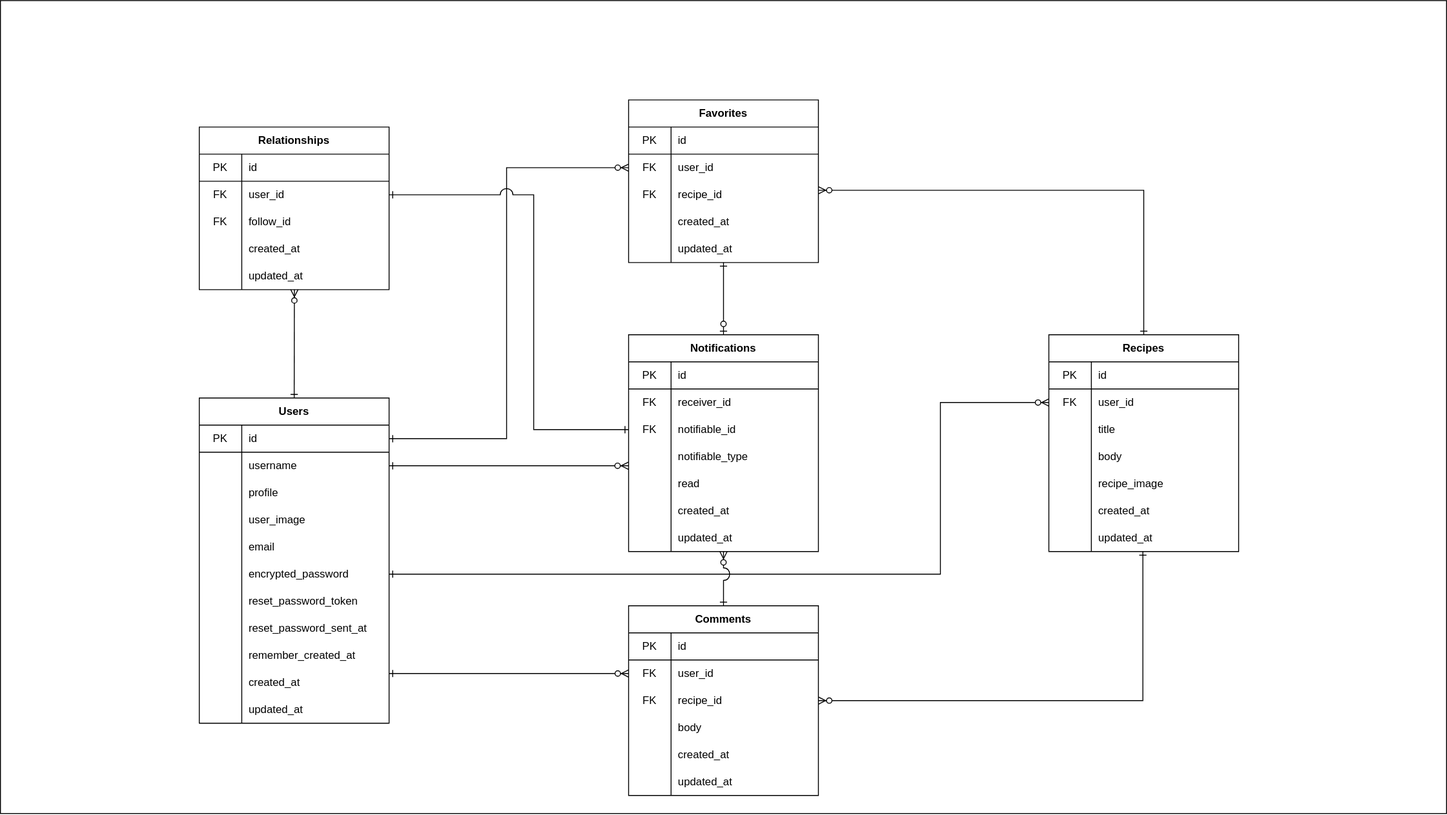
Earlier version of the draw.io export er_diagram.drawio.svg (kwtuku/recipegram). Source tidied: cells renumbered, new cells last; positions are measured from the earlier drawing's top-left corner, leaving out a move shared by most shapes.
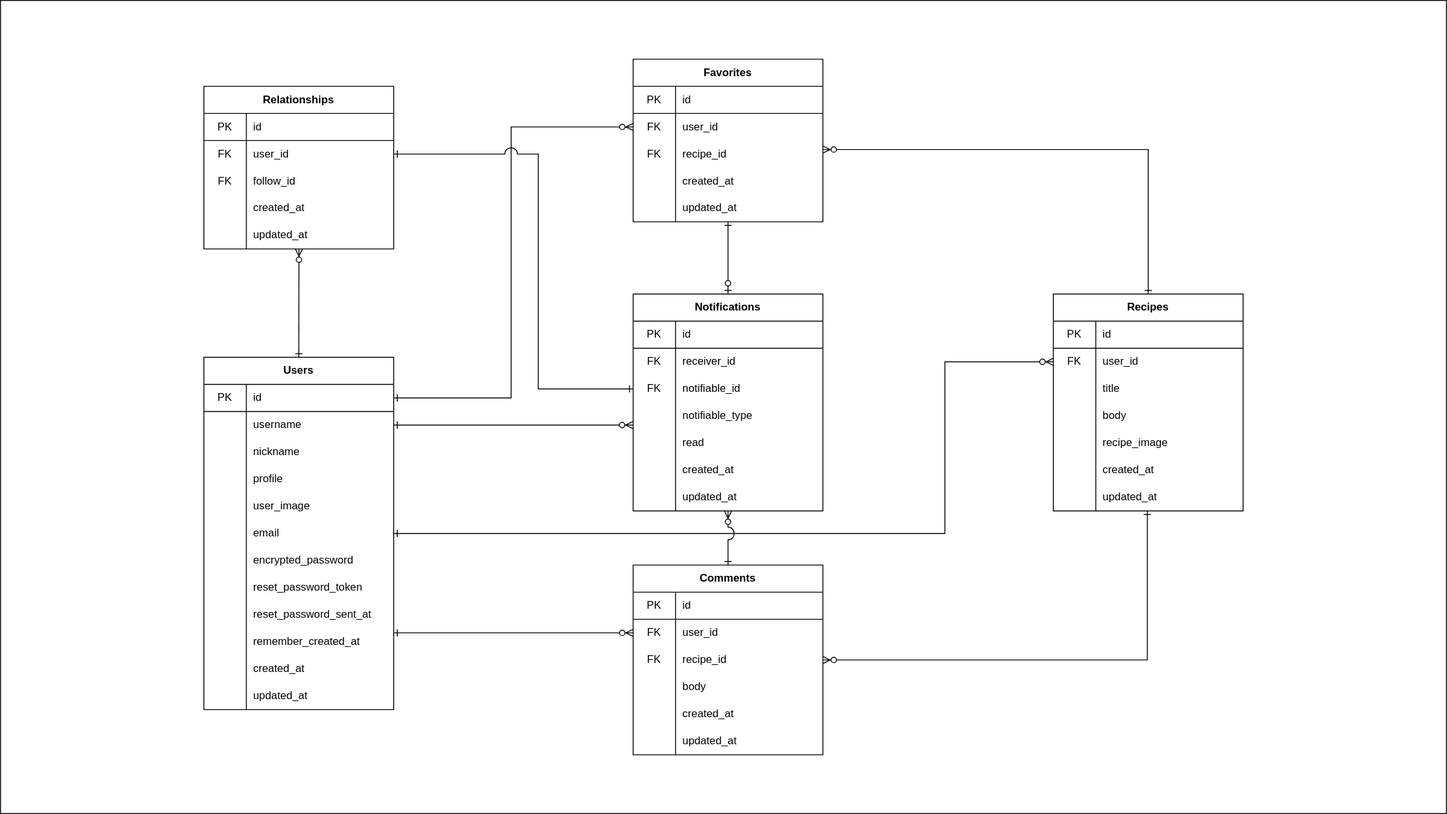
After the commit.

Commit message:
usernameに関する内容を更新した

Diff of the diagram source:
```diff
@@ -1,12 +1,12 @@
-<mxGraphModel background="#ffffff">
+<mxGraphModel>
   <root>
     <mxCell id="0" />
     <mxCell id="1" parent="0" />
-    <mxCell id="2" style="rounded=0;whiteSpace=wrap;html=1;fillColor=none;" parent="1" vertex="1">
-      <mxGeometry width="1600" height="900" as="geometry" />
-    </mxCell>
+    <mxCell id="144" style="rounded=0;whiteSpace=wrap;html=1;" parent="1" vertex="1">
+      <mxGeometry x="-5" y="45" width="1600" height="900" as="geometry" />
+    </mxCell>
     <mxCell id="3" value="Users" style="shape=table;html=1;whiteSpace=wrap;startSize=30;rowLines=0;fontStyle=1;align=center;" parent="1" vertex="1">
-      <mxGeometry x="220" y="440" width="210" height="360" as="geometry" />
+      <mxGeometry x="220" y="440" width="210" height="390" as="geometry" />
     </mxCell>
     <mxCell id="4" style="shape=partialRectangle;html=1;whiteSpace=wrap;fillColor=none;top=0;left=0;bottom=1;right=0;points=[[0,0.5],[1,0.5]];portConstraint=eastwest;" parent="3" vertex="1">
       <mxGeometry y="30" width="210" height="30" as="geometry" />
@@ -26,8 +26,17 @@
     <mxCell id="9" value="username" style="shape=partialRectangle;html=1;whiteSpace=wrap;fillColor=none;top=0;left=0;bottom=0;right=0;align=left;spacingLeft=6;overflow=hidden;" parent="7" vertex="1">
       <mxGeometry x="47" width="163" height="30" as="geometry" />
     </mxCell>
+    <mxCell id="145" style="shape=partialRectangle;html=1;whiteSpace=wrap;fillColor=none;top=0;left=0;bottom=0;right=0;" parent="3" vertex="1">
+      <mxGeometry y="90" width="210" height="30" as="geometry" />
+    </mxCell>
+    <mxCell id="146" style="shape=partialRectangle;html=1;whiteSpace=wrap;fillColor=none;top=0;left=0;bottom=0;right=0;overflow=hidden;" parent="145" vertex="1">
+      <mxGeometry width="47" height="30" as="geometry" />
+    </mxCell>
+    <mxCell id="147" value="nickname" style="shape=partialRectangle;html=1;whiteSpace=wrap;fillColor=none;top=0;left=0;bottom=0;right=0;align=left;spacingLeft=6;overflow=hidden;" parent="145" vertex="1">
+      <mxGeometry x="47" width="163" height="30" as="geometry" />
+    </mxCell>
     <mxCell id="10" style="shape=partialRectangle;html=1;whiteSpace=wrap;fillColor=none;top=0;left=0;bottom=0;right=0;" parent="3" vertex="1">
-      <mxGeometry y="90" width="210" height="30" as="geometry" />
+      <mxGeometry y="120" width="210" height="30" as="geometry" />
     </mxCell>
     <mxCell id="11" style="shape=partialRectangle;html=1;whiteSpace=wrap;fillColor=none;top=0;left=0;bottom=0;right=0;overflow=hidden;" parent="10" vertex="1">
       <mxGeometry width="47" height="30" as="geometry" />
@@ -36,7 +45,7 @@
       <mxGeometry x="47" width="163" height="30" as="geometry" />
     </mxCell>
     <mxCell id="13" style="shape=partialRectangle;html=1;whiteSpace=wrap;fillColor=none;top=0;left=0;bottom=0;right=0;" parent="3" vertex="1">
-      <mxGeometry y="120" width="210" height="30" as="geometry" />
+      <mxGeometry y="150" width="210" height="30" as="geometry" />
     </mxCell>
     <mxCell id="14" style="shape=partialRectangle;html=1;whiteSpace=wrap;fillColor=none;top=0;left=0;bottom=0;right=0;overflow=hidden;" parent="13" vertex="1">
       <mxGeometry width="47" height="30" as="geometry" />
@@ -45,7 +54,7 @@
       <mxGeometry x="47" width="163" height="30" as="geometry" />
     </mxCell>
     <mxCell id="16" style="shape=partialRectangle;html=1;whiteSpace=wrap;fillColor=none;top=0;left=0;bottom=0;right=0;points=[[0,0.5],[1,0.5]];portConstraint=eastwest;" parent="3" vertex="1">
-      <mxGeometry y="150" width="210" height="30" as="geometry" />
+      <mxGeometry y="180" width="210" height="30" as="geometry" />
     </mxCell>
     <mxCell id="17" style="shape=partialRectangle;html=1;whiteSpace=wrap;fillColor=none;top=0;left=0;bottom=0;right=0;overflow=hidden;" parent="16" vertex="1">
       <mxGeometry width="47" height="30" as="geometry" />
@@ -54,7 +63,7 @@
       <mxGeometry x="47" width="163" height="30" as="geometry" />
     </mxCell>
     <mxCell id="19" style="shape=partialRectangle;html=1;whiteSpace=wrap;fillColor=none;top=0;left=0;bottom=0;right=0;points=[[0,0.5],[1,0.5]];portConstraint=eastwest;" parent="3" vertex="1">
-      <mxGeometry y="180" width="210" height="30" as="geometry" />
+      <mxGeometry y="210" width="210" height="30" as="geometry" />
     </mxCell>
     <mxCell id="20" style="shape=partialRectangle;html=1;whiteSpace=wrap;fillColor=none;top=0;left=0;bottom=0;right=0;overflow=hidden;" parent="19" vertex="1">
       <mxGeometry width="47" height="30" as="geometry" />
@@ -63,7 +72,7 @@
       <mxGeometry x="47" width="163" height="30" as="geometry" />
     </mxCell>
     <mxCell id="22" style="shape=partialRectangle;html=1;whiteSpace=wrap;fillColor=none;top=0;left=0;bottom=0;right=0;" parent="3" vertex="1">
-      <mxGeometry y="210" width="210" height="30" as="geometry" />
+      <mxGeometry y="240" width="210" height="30" as="geometry" />
     </mxCell>
     <mxCell id="23" style="shape=partialRectangle;html=1;whiteSpace=wrap;fillColor=none;top=0;left=0;bottom=0;right=0;overflow=hidden;" parent="22" vertex="1">
       <mxGeometry width="47" height="30" as="geometry" />
@@ -72,7 +81,7 @@
       <mxGeometry x="47" width="163" height="30" as="geometry" />
     </mxCell>
     <mxCell id="25" style="shape=partialRectangle;html=1;whiteSpace=wrap;fillColor=none;top=0;left=0;bottom=0;right=0;" parent="3" vertex="1">
-      <mxGeometry y="240" width="210" height="30" as="geometry" />
+      <mxGeometry y="270" width="210" height="30" as="geometry" />
     </mxCell>
     <mxCell id="26" style="shape=partialRectangle;html=1;whiteSpace=wrap;fillColor=none;top=0;left=0;bottom=0;right=0;overflow=hidden;" parent="25" vertex="1">
       <mxGeometry width="47" height="30" as="geometry" />
@@ -81,7 +90,7 @@
       <mxGeometry x="47" width="163" height="30" as="geometry" />
     </mxCell>
     <mxCell id="28" style="shape=partialRectangle;html=1;whiteSpace=wrap;fillColor=none;top=0;left=0;bottom=0;right=0;" parent="3" vertex="1">
-      <mxGeometry y="270" width="210" height="30" as="geometry" />
+      <mxGeometry y="300" width="210" height="30" as="geometry" />
     </mxCell>
     <mxCell id="29" style="shape=partialRectangle;html=1;whiteSpace=wrap;fillColor=none;top=0;left=0;bottom=0;right=0;overflow=hidden;" parent="28" vertex="1">
       <mxGeometry width="47" height="30" as="geometry" />
@@ -90,7 +99,7 @@
       <mxGeometry x="47" width="163" height="30" as="geometry" />
     </mxCell>
     <mxCell id="31" style="shape=partialRectangle;html=1;whiteSpace=wrap;fillColor=none;top=0;left=0;bottom=0;right=0;" parent="3" vertex="1">
-      <mxGeometry y="300" width="210" height="30" as="geometry" />
+      <mxGeometry y="330" width="210" height="30" as="geometry" />
     </mxCell>
     <mxCell id="32" style="shape=partialRectangle;html=1;whiteSpace=wrap;fillColor=none;top=0;left=0;bottom=0;right=0;overflow=hidden;" parent="31" vertex="1">
       <mxGeometry width="47" height="30" as="geometry" />
@@ -99,7 +108,7 @@
       <mxGeometry x="47" width="163" height="30" as="geometry" />
     </mxCell>
     <mxCell id="34" style="shape=partialRectangle;html=1;whiteSpace=wrap;fillColor=none;top=0;left=0;bottom=0;right=0;" parent="3" vertex="1">
-      <mxGeometry y="330" width="210" height="30" as="geometry" />
+      <mxGeometry y="360" width="210" height="30" as="geometry" />
     </mxCell>
     <mxCell id="35" style="shape=partialRectangle;html=1;whiteSpace=wrap;fillColor=none;top=0;left=0;bottom=0;right=0;overflow=hidden;" parent="34" vertex="1">
       <mxGeometry width="47" height="30" as="geometry" />
@@ -110,7 +119,7 @@
     <mxCell id="37" style="rounded=0;jumpStyle=arc;jumpSize=14;jettySize=auto;html=1;exitX=0.497;exitY=1.014;exitDx=0;exitDy=0;entryX=1;entryY=0.5;entryDx=0;entryDy=0;startArrow=ERone;startFill=0;endArrow=ERzeroToMany;endFill=1;exitPerimeter=0;" parent="1" edge="1" source="51">
       <mxGeometry relative="1" as="geometry">
         <Array as="points">
-          <mxPoint x="1264" y="705" />
+          <mxPoint x="1259" y="710" />
         </Array>
       </mxGeometry>
     </mxCell>
@@ -417,10 +426,10 @@
     </mxCell>
     <mxCell id="136" style="edgeStyle=none;rounded=0;orthogonalLoop=1;jettySize=auto;html=1;entryX=0;entryY=0.5;entryDx=0;entryDy=0;startArrow=ERone;startFill=0;endArrow=ERzeroToMany;endFill=1;" parent="1" edge="1">
       <mxGeometry relative="1" as="geometry">
-        <mxPoint x="431" y="705" as="sourcePoint" />
+        <mxPoint x="426" y="710" as="sourcePoint" />
       </mxGeometry>
     </mxCell>
-    <mxCell id="137" style="edgeStyle=none;rounded=0;jettySize=auto;html=1;startArrow=ERone;startFill=0;endArrow=ERzeroToMany;endFill=1;exitX=1;exitY=0.5;exitDx=0;exitDy=0;entryX=0;entryY=0.5;entryDx=0;entryDy=0;exitPerimeter=0;" parent="1" edge="1" source="19" target="42">
+    <mxCell id="137" style="edgeStyle=none;rounded=0;jettySize=auto;html=1;startArrow=ERone;startFill=0;endArrow=ERzeroToMany;endFill=1;exitX=1;exitY=0.5;exitDx=0;exitDy=0;entryX=0;entryY=0.5;entryDx=0;entryDy=0;" parent="1" edge="1" source="16" target="42">
       <mxGeometry relative="1" as="geometry">
         <Array as="points">
           <mxPoint x="690" y="635" />
```
